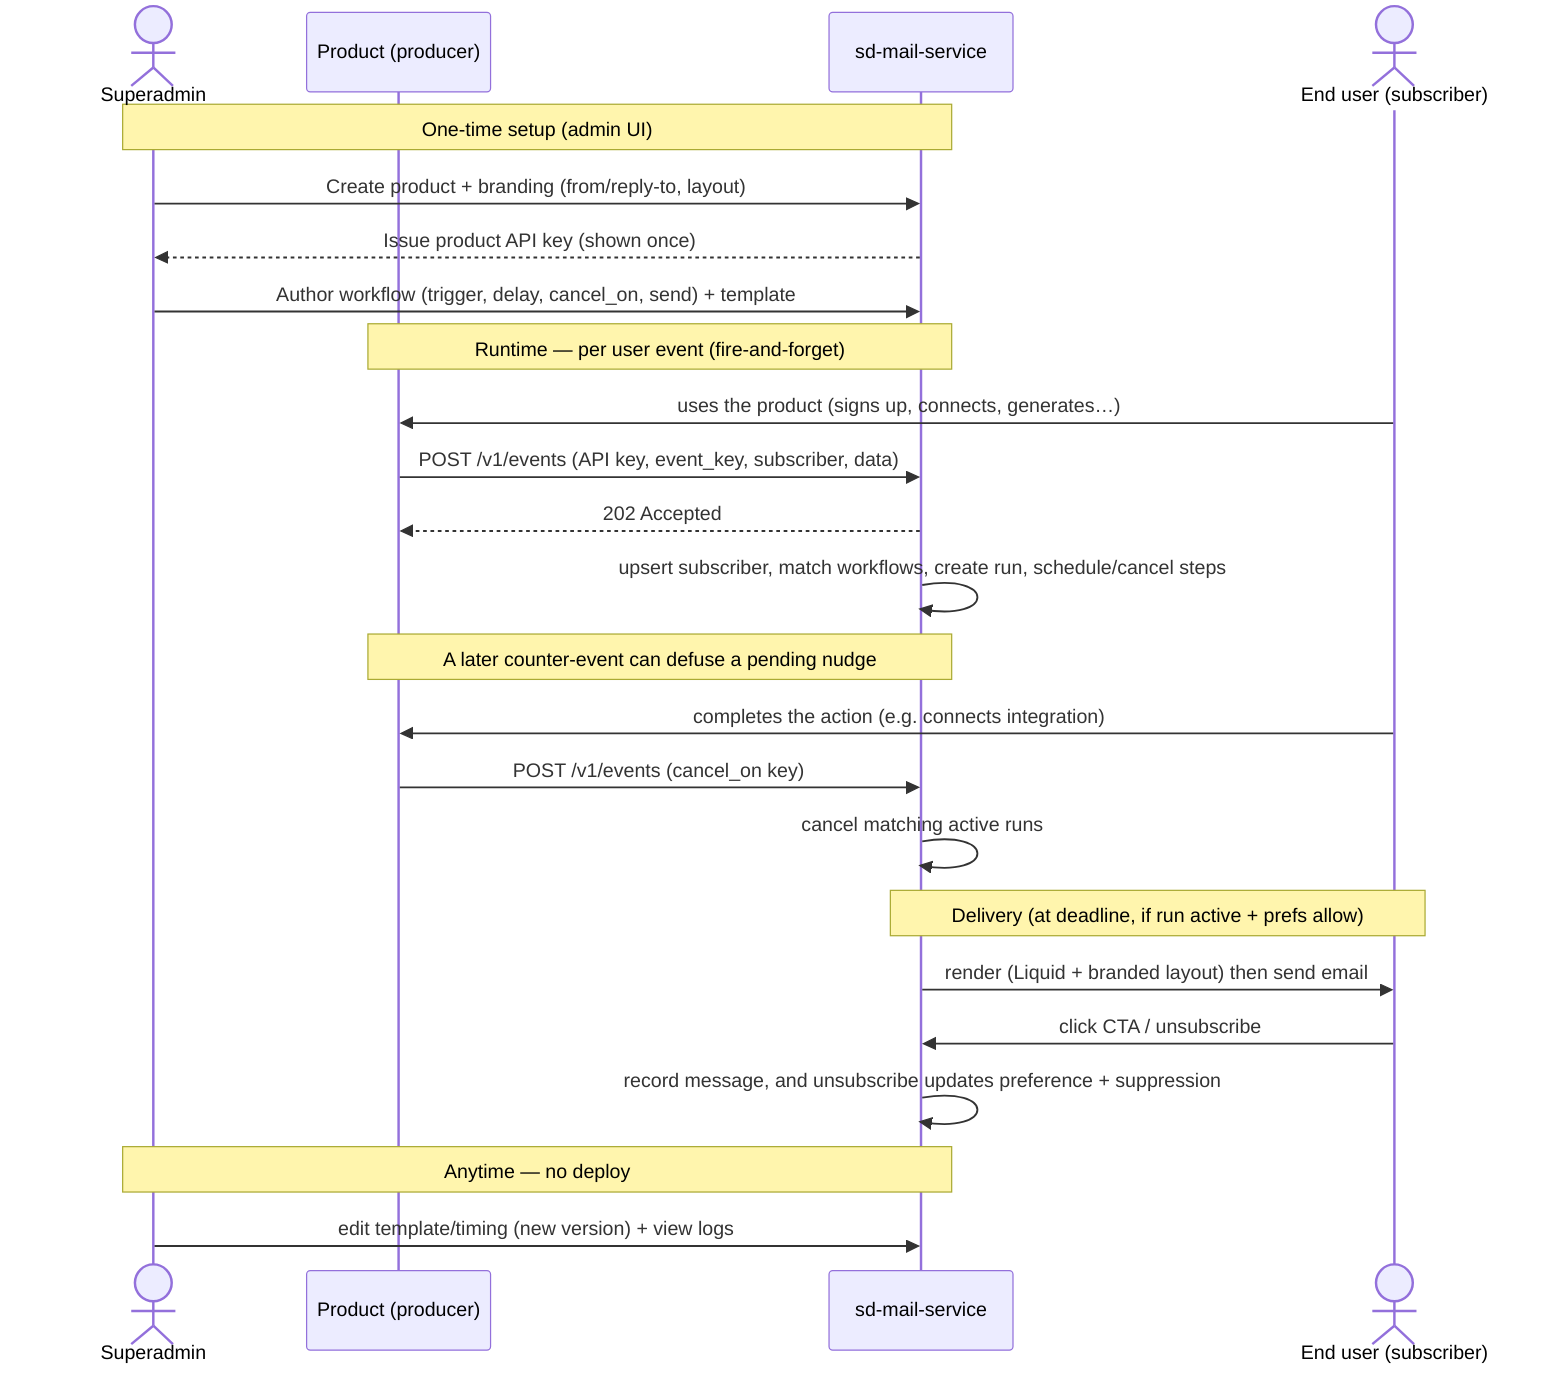
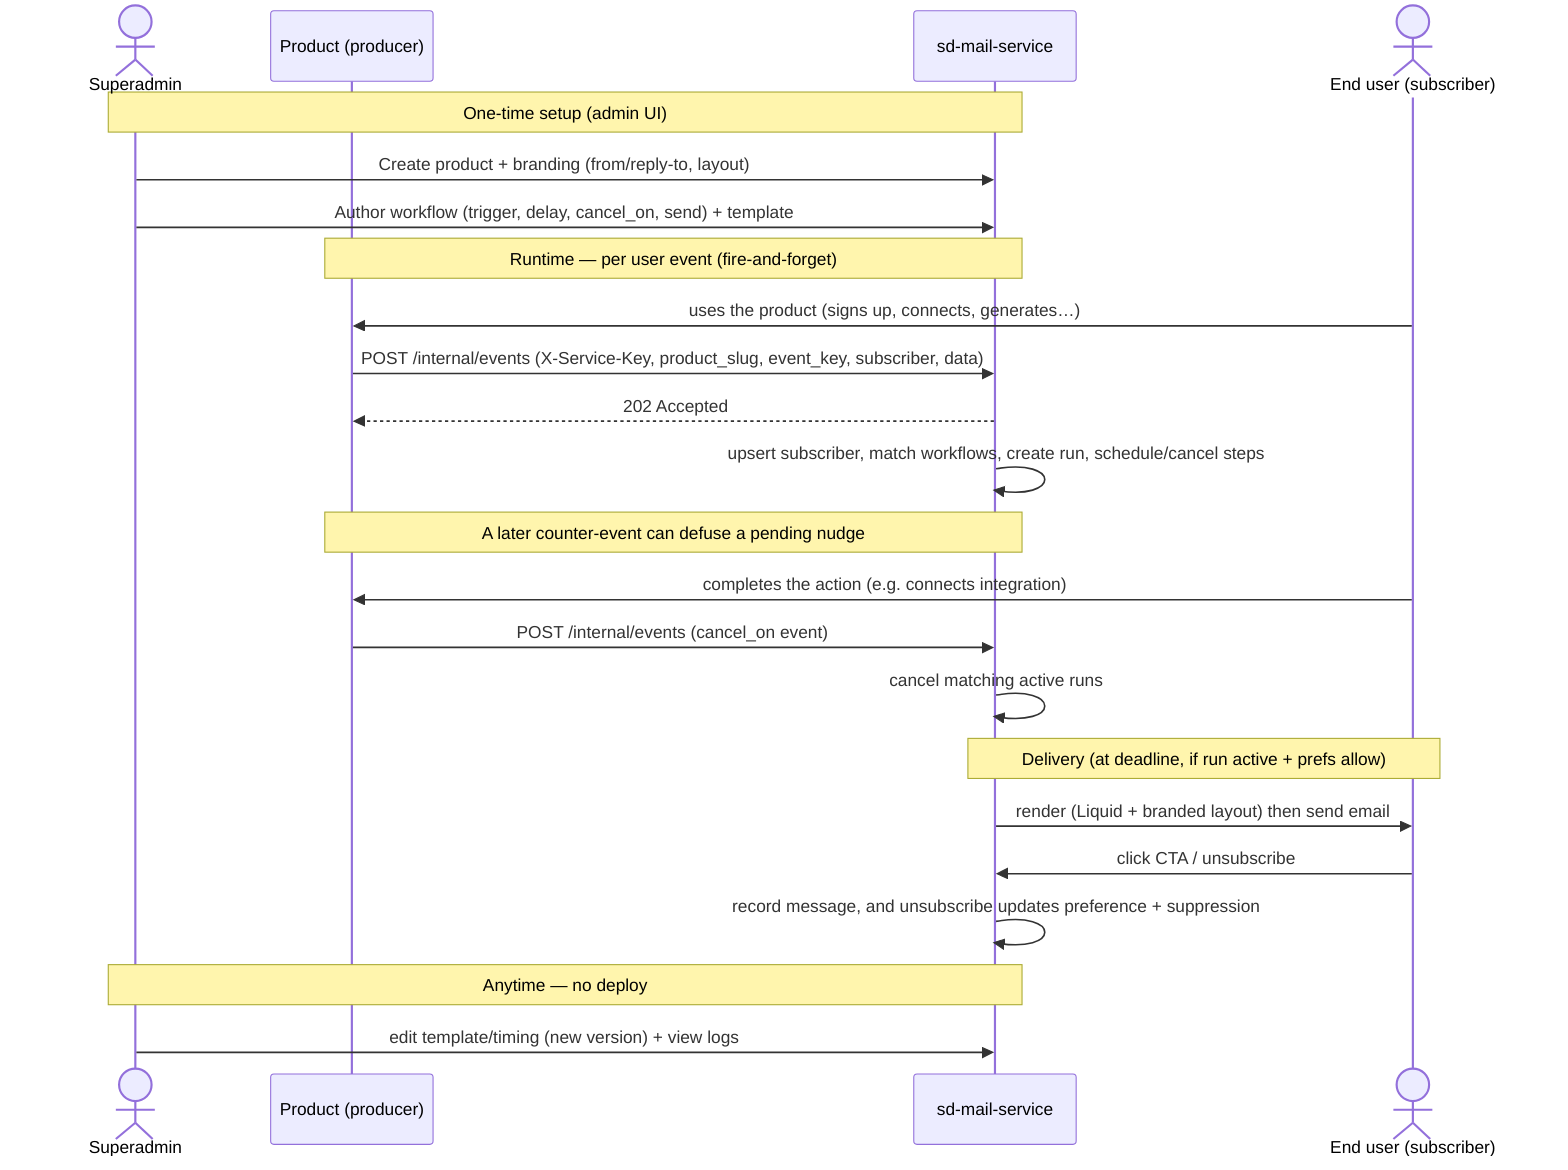
sequenceDiagram
  actor Admin as Superadmin
  participant Prod as Product (producer)
  participant Svc as sd-mail-service
  actor User as End user (subscriber)

  Note over Admin,Svc: One-time setup (admin UI)
  Admin->>Svc: Create product + branding (from/reply-to, layout)
-   Svc-->>Admin: Issue product API key (shown once)
  Admin->>Svc: Author workflow (trigger, delay, cancel_on, send) + template

  Note over Prod,Svc: Runtime — per user event (fire-and-forget)
  User->>Prod: uses the product (signs up, connects, generates…)
-   Prod->>Svc: POST /v1/events (API key, event_key, subscriber, data)
+   Prod->>Svc: POST /internal/events (X-Service-Key, product_slug, event_key, subscriber, data)
  Svc-->>Prod: 202 Accepted
  Svc->>Svc: upsert subscriber, match workflows, create run, schedule/cancel steps

  Note over Prod,Svc: A later counter-event can defuse a pending nudge
  User->>Prod: completes the action (e.g. connects integration)
-   Prod->>Svc: POST /v1/events (cancel_on key)
+   Prod->>Svc: POST /internal/events (cancel_on event)
  Svc->>Svc: cancel matching active runs

  Note over Svc,User: Delivery (at deadline, if run active + prefs allow)
  Svc->>User: render (Liquid + branded layout) then send email
  User->>Svc: click CTA / unsubscribe
  Svc->>Svc: record message, and unsubscribe updates preference + suppression

  Note over Admin,Svc: Anytime — no deploy
  Admin->>Svc: edit template/timing (new version) + view logs
